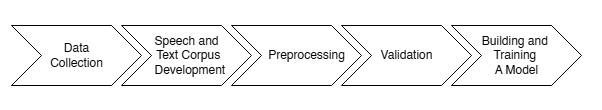
Above: figures/flowchart.png in mariefherv/Hambaeon-SP (draw.io), before the change. Source tidied: cells renumbered, new cells last; positions are measured from the earlier drawing's top-left corner, leaving out a move shared by most shapes. Source of this version:
```xml
<mxGraphModel>
  <root>
    <mxCell id="0" />
    <mxCell id="1" parent="0" />
    <mxCell id="2" style="rounded=0;whiteSpace=wrap;html=1;strokeColor=none;" parent="1" vertex="1">
      <mxGeometry width="601" height="110" as="geometry" />
    </mxCell>
    <mxCell id="3" value="Building and&amp;nbsp;&lt;div&gt;Training&amp;nbsp;&lt;/div&gt;&lt;div&gt;A Model&lt;/div&gt;" style="html=1;shadow=0;dashed=0;align=center;verticalAlign=middle;shape=mxgraph.arrows2.arrow;dy=0;dx=30;notch=30;" parent="1" vertex="1">
      <mxGeometry x="451" y="25" width="130" height="60" as="geometry" />
    </mxCell>
    <mxCell id="4" value="Data&lt;div&gt;Collection&lt;/div&gt;" style="html=1;shadow=0;dashed=0;align=center;verticalAlign=middle;shape=mxgraph.arrows2.arrow;dy=0;dx=30;notch=30;" parent="1" vertex="1">
      <mxGeometry x="11" y="25" width="130" height="60" as="geometry" />
    </mxCell>
    <mxCell id="5" value="&amp;nbsp; &amp;nbsp; &amp;nbsp; Preprocessing" style="html=1;shadow=0;dashed=0;align=center;verticalAlign=middle;shape=mxgraph.arrows2.arrow;dy=0;dx=30;notch=30;" parent="1" vertex="1">
      <mxGeometry x="231" y="25" width="130" height="60" as="geometry" />
    </mxCell>
    <mxCell id="6" value="Speech and&lt;div&gt;&amp;nbsp;Text Corpus&lt;/div&gt;&lt;div&gt;&amp;nbsp; Development&lt;/div&gt;" style="html=1;shadow=0;dashed=0;align=center;verticalAlign=middle;shape=mxgraph.arrows2.arrow;dy=0;dx=30;notch=30;" parent="1" vertex="1">
      <mxGeometry x="121" y="25" width="130" height="60" as="geometry" />
    </mxCell>
    <mxCell id="7" value="Validation" style="html=1;shadow=0;dashed=0;align=center;verticalAlign=middle;shape=mxgraph.arrows2.arrow;dy=0;dx=30;notch=30;" parent="1" vertex="1">
      <mxGeometry x="341" y="25" width="130" height="60" as="geometry" />
    </mxCell>
  </root>
</mxGraphModel>
```
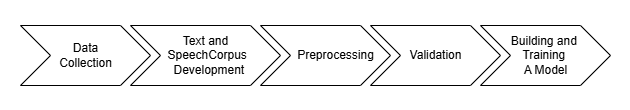
Later version of the same file.

What changed in the source:
```diff
@@ -2,21 +2,21 @@
   <root>
     <mxCell id="0" />
     <mxCell id="1" parent="0" />
-    <mxCell id="2" style="rounded=0;whiteSpace=wrap;html=1;strokeColor=none;" parent="1" vertex="1">
-      <mxGeometry width="601" height="110" as="geometry" />
-    </mxCell>
+    <mxCell id="8" style="rounded=0;whiteSpace=wrap;html=1;strokeColor=none;" parent="1" vertex="1">
+      <mxGeometry x="-29" width="630" height="110" as="geometry" />
+    </mxCell>
     <mxCell id="3" value="Building and&amp;nbsp;&lt;div&gt;Training&amp;nbsp;&lt;/div&gt;&lt;div&gt;A Model&lt;/div&gt;" style="html=1;shadow=0;dashed=0;align=center;verticalAlign=middle;shape=mxgraph.arrows2.arrow;dy=0;dx=30;notch=30;" parent="1" vertex="1">
       <mxGeometry x="451" y="25" width="130" height="60" as="geometry" />
     </mxCell>
     <mxCell id="4" value="Data&lt;div&gt;Collection&lt;/div&gt;" style="html=1;shadow=0;dashed=0;align=center;verticalAlign=middle;shape=mxgraph.arrows2.arrow;dy=0;dx=30;notch=30;" parent="1" vertex="1">
-      <mxGeometry x="11" y="25" width="130" height="60" as="geometry" />
+      <mxGeometry x="-9" y="25" width="130" height="60" as="geometry" />
     </mxCell>
     <mxCell id="5" value="&amp;nbsp; &amp;nbsp; &amp;nbsp; Preprocessing" style="html=1;shadow=0;dashed=0;align=center;verticalAlign=middle;shape=mxgraph.arrows2.arrow;dy=0;dx=30;notch=30;" parent="1" vertex="1">
       <mxGeometry x="231" y="25" width="130" height="60" as="geometry" />
     </mxCell>
-    <mxCell id="6" value="Speech and&lt;div&gt;&amp;nbsp;Text Corpus&lt;/div&gt;&lt;div&gt;&amp;nbsp; Development&lt;/div&gt;" style="html=1;shadow=0;dashed=0;align=center;verticalAlign=middle;shape=mxgraph.arrows2.arrow;dy=0;dx=30;notch=30;" parent="1" vertex="1">
-      <mxGeometry x="121" y="25" width="130" height="60" as="geometry" />
-    </mxCell>
+    <mxCell id="9" value="Text and&lt;div&gt;&amp;nbsp;SpeechCorpus&lt;/div&gt;&lt;div&gt;&amp;nbsp; Development&lt;/div&gt;" style="html=1;shadow=0;dashed=0;align=center;verticalAlign=middle;shape=mxgraph.arrows2.arrow;dy=0;dx=30;notch=30;" parent="1" vertex="1">
+      <mxGeometry x="101" y="25" width="150" height="60" as="geometry" />
+    </mxCell>
     <mxCell id="7" value="Validation" style="html=1;shadow=0;dashed=0;align=center;verticalAlign=middle;shape=mxgraph.arrows2.arrow;dy=0;dx=30;notch=30;" parent="1" vertex="1">
       <mxGeometry x="341" y="25" width="130" height="60" as="geometry" />
     </mxCell>
```
